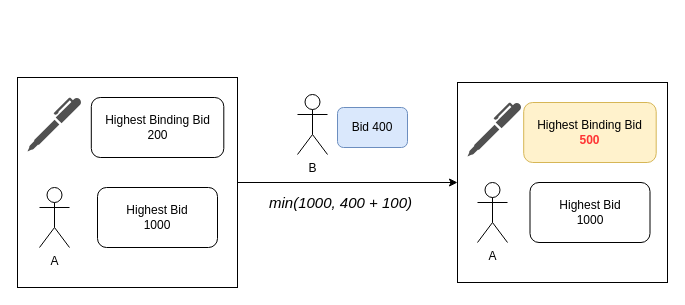
Before: page "Page-1" (1 of 2) of resources/diagram_NR/auction.drawio in nnnpooh/blockchain-class-2565-2, a draw.io diagram. Source tidied: cells renumbered, new cells numbered last; positions are measured from the earlier drawing's top-left corner, leaving out a move shared by most shapes. Both pictures are drawn from the tidied source at 100%, with x=0, y=0 at pixel (17, 77).
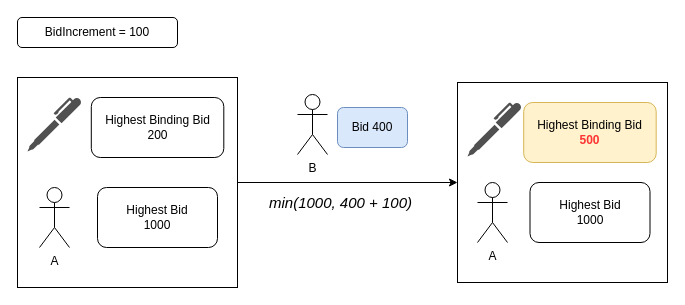
Above is the later version.

The edit, as a diff of the source:
```diff
@@
 <mxGraphModel>
   <root>
     <mxCell id="0" />
     <mxCell id="1" parent="0" />
     <mxCell id="2" style="edgeStyle=orthogonalEdgeStyle;rounded=0;jettySize=auto;html=1;entryX=0;entryY=0.5;entryDx=0;entryDy=0;" parent="1" edge="1" source="13" target="7">
       <mxGeometry relative="1" as="geometry" />
     </mxCell>
     <mxCell id="3" value="Bid 400" style="rounded=1;whiteSpace=wrap;html=1;fillColor=#dae8fc;strokeColor=#6c8ebf;" parent="1" vertex="1">
       <mxGeometry x="320" y="30" width="70" height="40" as="geometry" />
     </mxCell>
     <mxCell id="4" value="B" style="shape=umlActor;verticalLabelPosition=bottom;verticalAlign=top;html=1;" parent="1" vertex="1">
       <mxGeometry x="280" y="17" width="30" height="60" as="geometry" />
     </mxCell>
     <mxCell id="5" value="&lt;span style=&quot;color: rgb(0, 0, 0); font-family: Helvetica; font-size: 15px; font-variant-ligatures: normal; font-variant-caps: normal; font-weight: 400; letter-spacing: normal; orphans: 2; text-align: center; text-indent: 0px; text-transform: none; widows: 2; word-spacing: 0px; -webkit-text-stroke-width: 0px; background-color: rgb(255, 255, 255); text-decoration-thickness: initial; text-decoration-style: initial; text-decoration-color: initial; float: none; display: inline !important;&quot;&gt;min(1000, 400 + 100)&lt;/span&gt;" style="text;whiteSpace=wrap;html=1;fontStyle=2;fontSize=15;" parent="1" vertex="1">
       <mxGeometry x="250" y="110" width="165" height="30" as="geometry" />
     </mxCell>
     <mxCell id="6" style="group;" parent="1" vertex="1">
       <mxGeometry x="440" y="5" width="210" height="200" as="geometry" />
     </mxCell>
     <mxCell id="7" style="rounded=0;whiteSpace=wrap;html=1;" parent="6" vertex="1">
       <mxGeometry width="210" height="200" as="geometry" />
     </mxCell>
     <mxCell id="8" value="A" style="shape=umlActor;verticalLabelPosition=bottom;verticalAlign=top;html=1;" parent="6" vertex="1">
       <mxGeometry x="20" y="100" width="30" height="60" as="geometry" />
     </mxCell>
     <mxCell id="9" style="sketch=0;shadow=0;dashed=0;html=1;strokeColor=none;fillColor=#505050;labelPosition=center;verticalLabelPosition=bottom;verticalAlign=top;align=center;shape=mxgraph.office.concepts.writing_pen;" parent="6" vertex="1">
       <mxGeometry x="10" y="20" width="54" height="54" as="geometry" />
     </mxCell>
     <mxCell id="10" value="Highest Bid&lt;br&gt;1000" style="rounded=1;whiteSpace=wrap;html=1;" parent="6" vertex="1">
       <mxGeometry x="72.5" y="100" width="120" height="60" as="geometry" />
     </mxCell>
     <mxCell id="11" value="Highest Binding Bid&lt;br&gt;&lt;b&gt;&lt;font color=&quot;#ff3333&quot;&gt;500&lt;/font&gt;&lt;/b&gt;" style="rounded=1;whiteSpace=wrap;html=1;fillColor=#fff2cc;strokeColor=#d6b656;" parent="6" vertex="1">
       <mxGeometry x="66.2" y="20" width="132.5" height="60" as="geometry" />
     </mxCell>
     <mxCell id="12" style="group;" parent="1" vertex="1">
       <mxGeometry width="220" height="210" as="geometry" />
     </mxCell>
     <mxCell id="13" style="rounded=0;whiteSpace=wrap;html=1;" parent="12" vertex="1">
       <mxGeometry width="220" height="210" as="geometry" />
     </mxCell>
     <mxCell id="14" value="Highest Bid&lt;br&gt;1000" style="rounded=1;whiteSpace=wrap;html=1;" parent="12" vertex="1">
       <mxGeometry x="80" y="110" width="120" height="60" as="geometry" />
     </mxCell>
     <mxCell id="15" value="A" style="shape=umlActor;verticalLabelPosition=bottom;verticalAlign=top;html=1;" parent="12" vertex="1">
       <mxGeometry x="22" y="110" width="30" height="60" as="geometry" />
     </mxCell>
     <mxCell id="16" value="Highest Binding Bid&lt;br&gt;200" style="rounded=1;whiteSpace=wrap;html=1;" parent="12" vertex="1">
       <mxGeometry x="73.8" y="20" width="132.5" height="60" as="geometry" />
     </mxCell>
     <mxCell id="17" style="sketch=0;shadow=0;dashed=0;html=1;strokeColor=none;fillColor=#505050;labelPosition=center;verticalLabelPosition=bottom;verticalAlign=top;align=center;shape=mxgraph.office.concepts.writing_pen;" parent="12" vertex="1">
       <mxGeometry x="10" y="20" width="54" height="54" as="geometry" />
     </mxCell>
+    <mxCell id="18" value="BidIncrement = 100" style="rounded=1;whiteSpace=wrap;html=1;" parent="1" vertex="1">
+      <mxGeometry y="-60" width="160" height="30" as="geometry" />
+    </mxCell>
   </root>
 </mxGraphModel>
```
